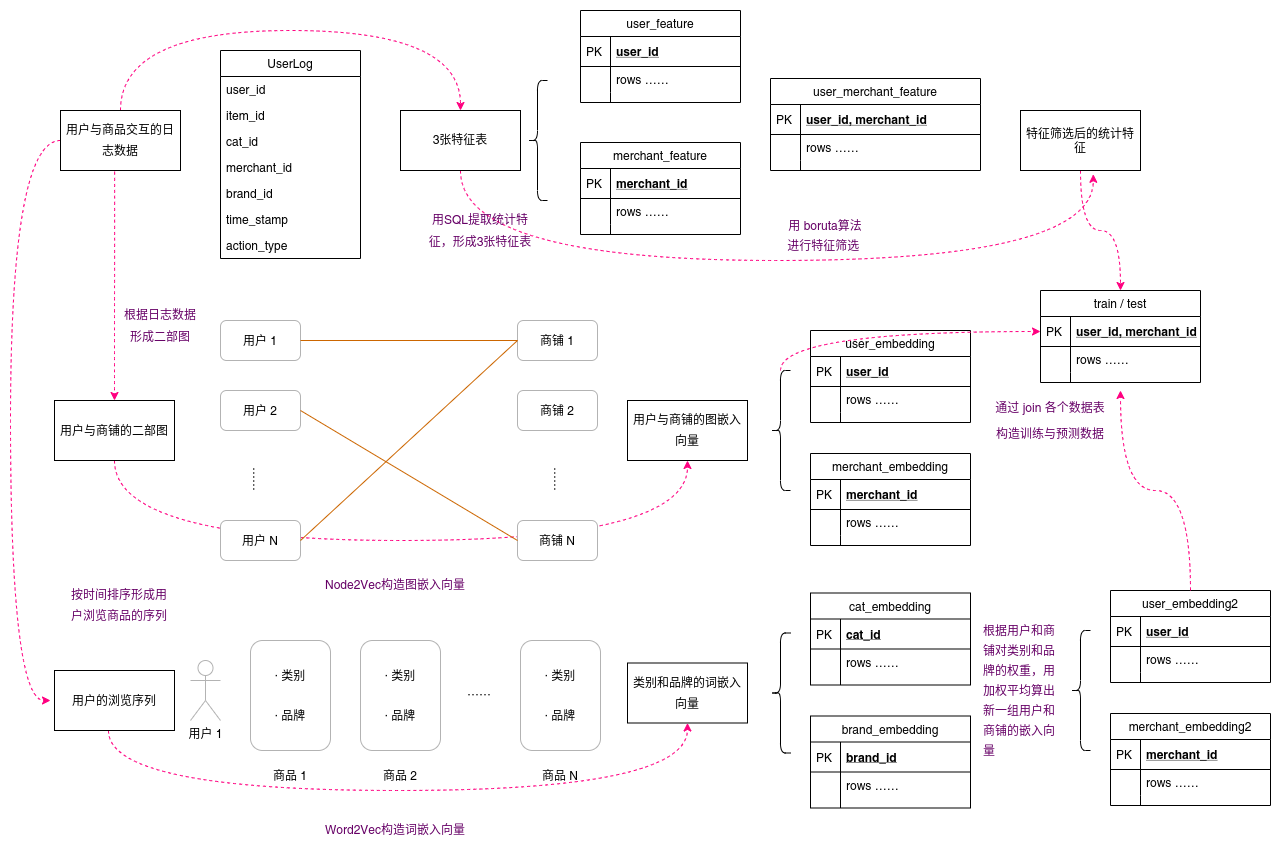
The draw.io diagram img/feature-engineering.png in auto-flow/tmall-repeat, before a commit. Source tidied: cells renumbered, new cells last; positions are measured from the earlier drawing's top-left corner, leaving out a move shared by most shapes.
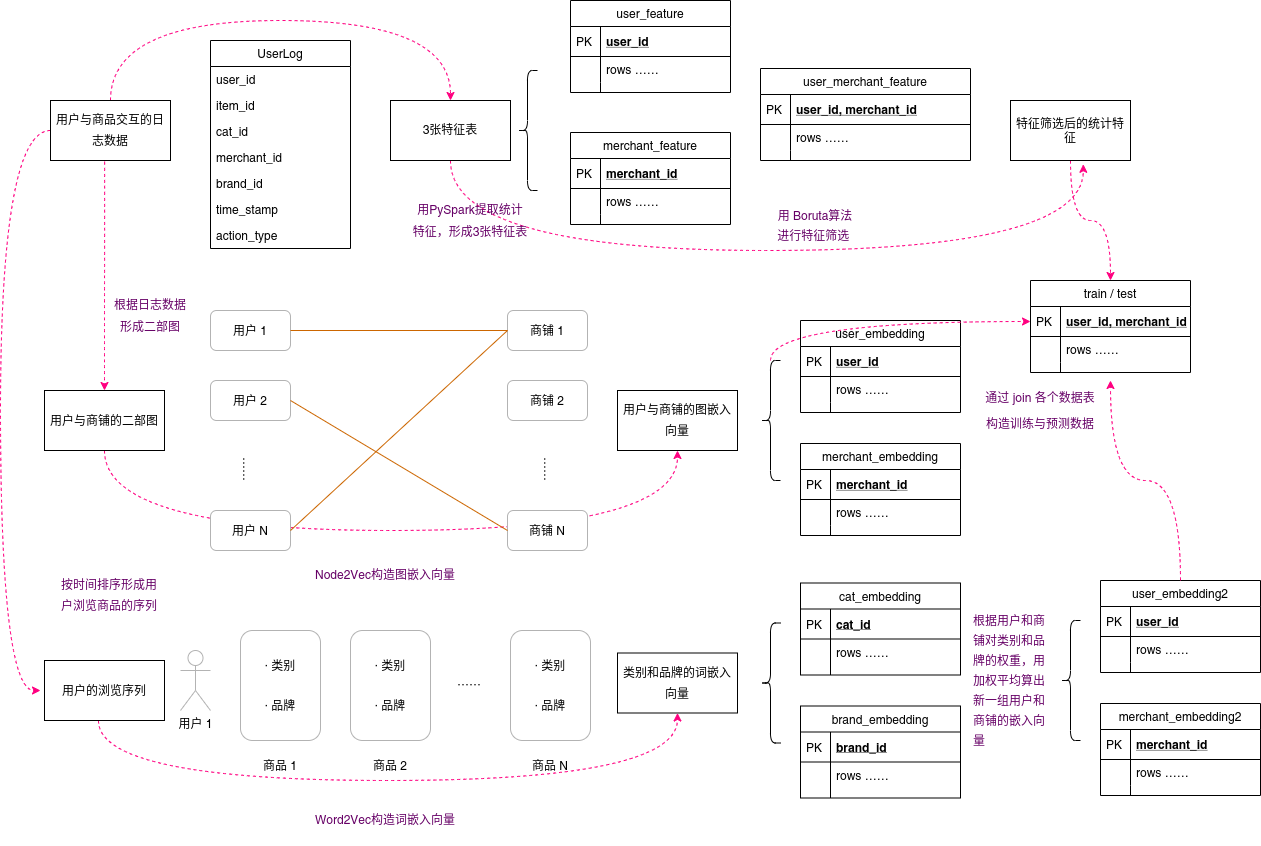
After the change.

What changed in the source:
```diff
@@ -96,7 +96,7 @@
     <mxCell id="23" style="shape=curlyBracket;whiteSpace=wrap;html=1;rounded=1;labelBackgroundColor=none;strokeColor=#000000;fontSize=12;fontColor=#FF0080;" parent="1" vertex="1">
       <mxGeometry x="517" y="70" width="20" height="120" as="geometry" />
     </mxCell>
-    <mxCell id="24" value="&lt;font style=&quot;line-height: 190% ; font-size: 12px&quot; color=&quot;#660066&quot;&gt;用SQL提取统计特征，形成3张特征表&lt;/font&gt;" style="text;html=1;strokeColor=none;fillColor=none;align=center;verticalAlign=middle;whiteSpace=wrap;rounded=0;fontSize=12;spacing=3;spacingTop=0;labelBackgroundColor=none;labelBorderColor=none;fontColor=#FF0080;" parent="1" vertex="1">
+    <mxCell id="24" value="&lt;font style=&quot;line-height: 190% ; font-size: 12px&quot; color=&quot;#660066&quot;&gt;用PySpark提取统计特征，形成3张特征表&lt;/font&gt;" style="text;html=1;strokeColor=none;fillColor=none;align=center;verticalAlign=middle;whiteSpace=wrap;rounded=0;fontSize=12;spacing=3;spacingTop=0;labelBackgroundColor=none;labelBorderColor=none;fontColor=#FF0080;" parent="1" vertex="1">
       <mxGeometry x="410" y="190" width="120" height="60" as="geometry" />
     </mxCell>
     <mxCell id="25" value="user_feature" style="swimlane;fontStyle=0;horizontal=1;startSize=26;align=center;fontSize=12;" parent="1" vertex="1">
@@ -452,7 +452,7 @@
     <mxCell id="141" value="&lt;font color=&quot;#660066&quot; style=&quot;line-height: 220%&quot;&gt;通过 join 各个数据表构造训练与预测数据&lt;/font&gt;" style="text;html=1;strokeColor=none;fillColor=none;align=center;verticalAlign=middle;whiteSpace=wrap;rounded=0;fontSize=12;spacing=3;spacingTop=0;labelBackgroundColor=none;labelBorderColor=none;fontColor=#FF0080;" parent="1" vertex="1">
       <mxGeometry x="980" y="380" width="120" height="60" as="geometry" />
     </mxCell>
-    <mxCell id="142" value="&lt;font color=&quot;#660066&quot; style=&quot;line-height: 170%&quot;&gt;用 boruta算法 进行特征筛选&amp;nbsp;&lt;/font&gt;" style="text;html=1;strokeColor=none;fillColor=none;align=center;verticalAlign=middle;whiteSpace=wrap;rounded=0;fontSize=12;spacing=3;spacingTop=0;labelBackgroundColor=none;labelBorderColor=none;fontColor=#FF0080;" parent="1" vertex="1">
+    <mxCell id="142" value="&lt;font color=&quot;#660066&quot; style=&quot;line-height: 170%&quot;&gt;用 Boruta算法 进行特征筛选&amp;nbsp;&lt;/font&gt;" style="text;html=1;strokeColor=none;fillColor=none;align=center;verticalAlign=middle;whiteSpace=wrap;rounded=0;fontSize=12;spacing=3;spacingTop=0;labelBackgroundColor=none;labelBorderColor=none;fontColor=#FF0080;" parent="1" vertex="1">
       <mxGeometry x="770" y="190" width="90" height="70" as="geometry" />
     </mxCell>
   </root>
```
